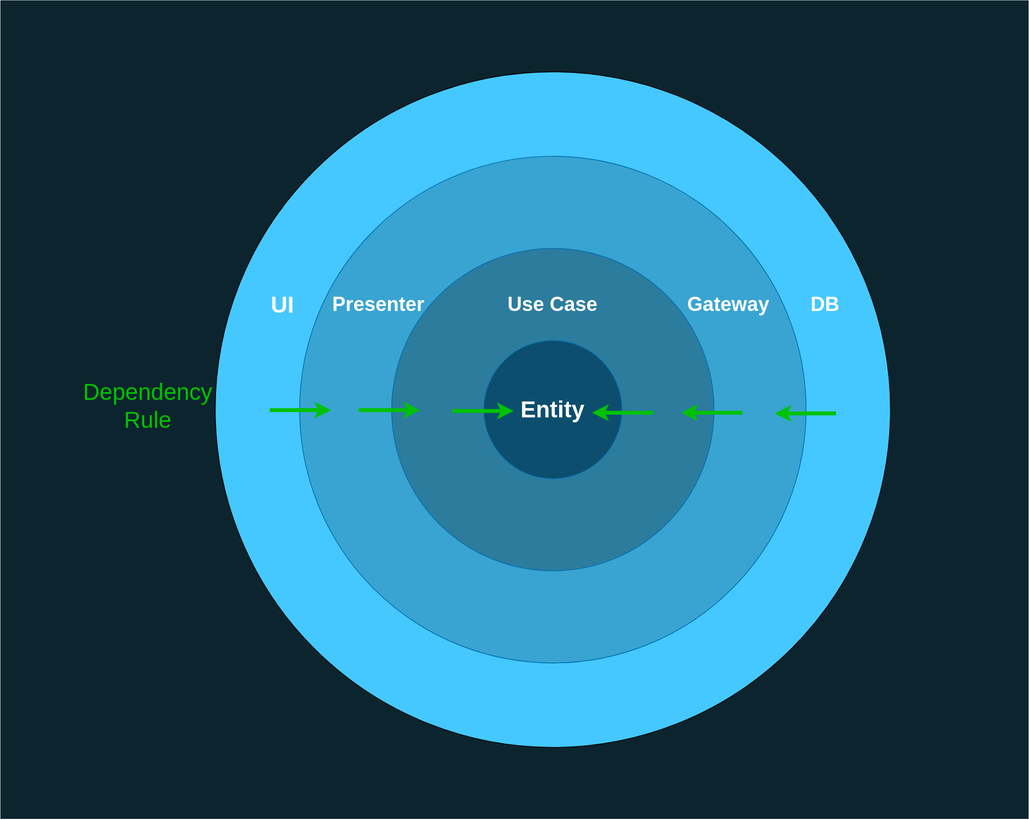
Before: diagrams/images/caDependencyRule.svg, a diagram exported from draw.io (AlexanderLapygin/dependency-inversion-slides). Source tidied: cells renumbered, new cells last; positions are measured from the earlier drawing's top-left corner, leaving out a move shared by most shapes. The source it was exported from:
```xml
<mxGraphModel background="#ffffff">
  <root>
    <mxCell id="0" />
    <mxCell id="1" parent="0" />
    <mxCell id="2" style="rounded=0;whiteSpace=wrap;html=1;fillColor=#0C242E;fontSize=30;fontColor=#FFFFFF;strokeColor=none;" parent="1" vertex="1">
      <mxGeometry y="-0.1" width="1340" height="1066.2" as="geometry" />
    </mxCell>
    <mxCell id="3" style="ellipse;whiteSpace=wrap;html=1;fillColor=#45C8FF;fontSize=30;labelPosition=center;verticalLabelPosition=top;align=center;verticalAlign=bottom;" parent="1" vertex="1">
      <mxGeometry x="280" y="93" width="880" height="880" as="geometry" />
    </mxCell>
    <mxCell id="4" style="ellipse;whiteSpace=wrap;html=1;fillColor=#39A4D1;fontSize=30;labelPosition=center;verticalLabelPosition=top;align=center;verticalAlign=bottom;fontStyle=0;strokeColor=#006EAF;fontColor=#ffffff;" parent="1" vertex="1">
      <mxGeometry x="390" y="203" width="660" height="660" as="geometry" />
    </mxCell>
    <mxCell id="5" style="ellipse;whiteSpace=wrap;html=1;fillColor=#2C7C9E;fontSize=30;labelPosition=center;verticalLabelPosition=top;align=center;verticalAlign=bottom;strokeColor=#006EAF;fontColor=#ffffff;" parent="1" vertex="1">
      <mxGeometry x="510" y="323" width="420" height="420" as="geometry" />
    </mxCell>
    <mxCell id="6" value="Entity" style="ellipse;whiteSpace=wrap;html=1;fillColor=#0D4E6E;fontSize=30;fontStyle=1;strokeColor=#006EAF;fontColor=#ffffff;" parent="1" vertex="1">
      <mxGeometry x="630" y="443" width="180" height="180" as="geometry" />
    </mxCell>
    <mxCell id="7" value="Use Case" style="text;html=1;strokeColor=none;fillColor=none;align=center;verticalAlign=middle;whiteSpace=wrap;rounded=0;fontSize=26;fontStyle=1;fontColor=#FFFFFF;" parent="1" vertex="1">
      <mxGeometry x="635" y="361" width="170" height="70" as="geometry" />
    </mxCell>
    <mxCell id="8" value="Presenter" style="text;html=1;strokeColor=none;fillColor=none;align=center;verticalAlign=middle;whiteSpace=wrap;rounded=0;fontSize=26;fontStyle=1;fontColor=#FFFFFF;" parent="1" vertex="1">
      <mxGeometry x="408" y="356" width="170" height="80" as="geometry" />
    </mxCell>
    <mxCell id="9" value="Gateway" style="text;html=1;strokeColor=none;fillColor=none;align=center;verticalAlign=middle;whiteSpace=wrap;rounded=0;fontSize=26;fontStyle=1;fontColor=#FFFFFF;" parent="1" vertex="1">
      <mxGeometry x="890" y="356" width="118" height="80" as="geometry" />
    </mxCell>
    <mxCell id="10" value="DB" style="text;html=1;strokeColor=none;fillColor=none;align=center;verticalAlign=middle;whiteSpace=wrap;rounded=0;fontSize=26;fontStyle=1;fontColor=#FFFFFF;" parent="1" vertex="1">
      <mxGeometry x="1020" y="371" width="110" height="50" as="geometry" />
    </mxCell>
    <mxCell id="11" value="UI" style="text;html=1;strokeColor=none;fillColor=none;align=center;verticalAlign=middle;whiteSpace=wrap;rounded=0;fontSize=30;fontStyle=1;fontColor=#FFFFFF;" parent="1" vertex="1">
      <mxGeometry x="328" y="356" width="80" height="80" as="geometry" />
    </mxCell>
    <mxCell id="12" style="endArrow=classic;html=1;fontSize=30;endFill=1;strokeWidth=5;strokeColor=#00C200;" parent="1" edge="1">
      <mxGeometry relative="1" as="geometry">
        <mxPoint x="851" y="537" as="sourcePoint" />
        <mxPoint x="771" y="537" as="targetPoint" />
      </mxGeometry>
    </mxCell>
    <mxCell id="13" style="endArrow=classic;html=1;fontSize=30;endFill=1;strokeWidth=5;strokeColor=#00C200;" parent="1" edge="1">
      <mxGeometry relative="1" as="geometry">
        <mxPoint x="967" y="537" as="sourcePoint" />
        <mxPoint x="887" y="537" as="targetPoint" />
      </mxGeometry>
    </mxCell>
    <mxCell id="14" style="endArrow=classic;html=1;fontSize=30;endFill=1;strokeWidth=5;strokeColor=#00C200;" parent="1" edge="1">
      <mxGeometry relative="1" as="geometry">
        <mxPoint x="1089" y="538" as="sourcePoint" />
        <mxPoint x="1009" y="538" as="targetPoint" />
      </mxGeometry>
    </mxCell>
    <mxCell id="15" value="Dependency Rule" style="text;html=1;strokeColor=none;fillColor=none;align=center;verticalAlign=middle;whiteSpace=wrap;rounded=0;fontSize=30;fontStyle=0;fontColor=#00C200;" parent="1" vertex="1">
      <mxGeometry x="106.5" y="488" width="171" height="80" as="geometry" />
    </mxCell>
    <mxCell id="16" style="endArrow=none;html=1;fontSize=30;endFill=0;strokeWidth=5;strokeColor=#00C200;startArrow=classic;startFill=0;" parent="1" edge="1">
      <mxGeometry relative="1" as="geometry">
        <mxPoint x="431" y="533.7" as="sourcePoint" />
        <mxPoint x="351" y="533.7" as="targetPoint" />
      </mxGeometry>
    </mxCell>
    <mxCell id="17" style="endArrow=none;html=1;fontSize=30;endFill=0;strokeWidth=5;strokeColor=#00C200;startArrow=classic;startFill=0;" parent="1" edge="1">
      <mxGeometry relative="1" as="geometry">
        <mxPoint x="547" y="533.7" as="sourcePoint" />
        <mxPoint x="467" y="533.7" as="targetPoint" />
      </mxGeometry>
    </mxCell>
    <mxCell id="18" style="endArrow=none;html=1;fontSize=30;endFill=0;strokeWidth=5;strokeColor=#00C200;startArrow=classic;startFill=0;" parent="1" edge="1">
      <mxGeometry relative="1" as="geometry">
        <mxPoint x="669" y="534.7" as="sourcePoint" />
        <mxPoint x="589" y="534.7" as="targetPoint" />
      </mxGeometry>
    </mxCell>
  </root>
</mxGraphModel>
```
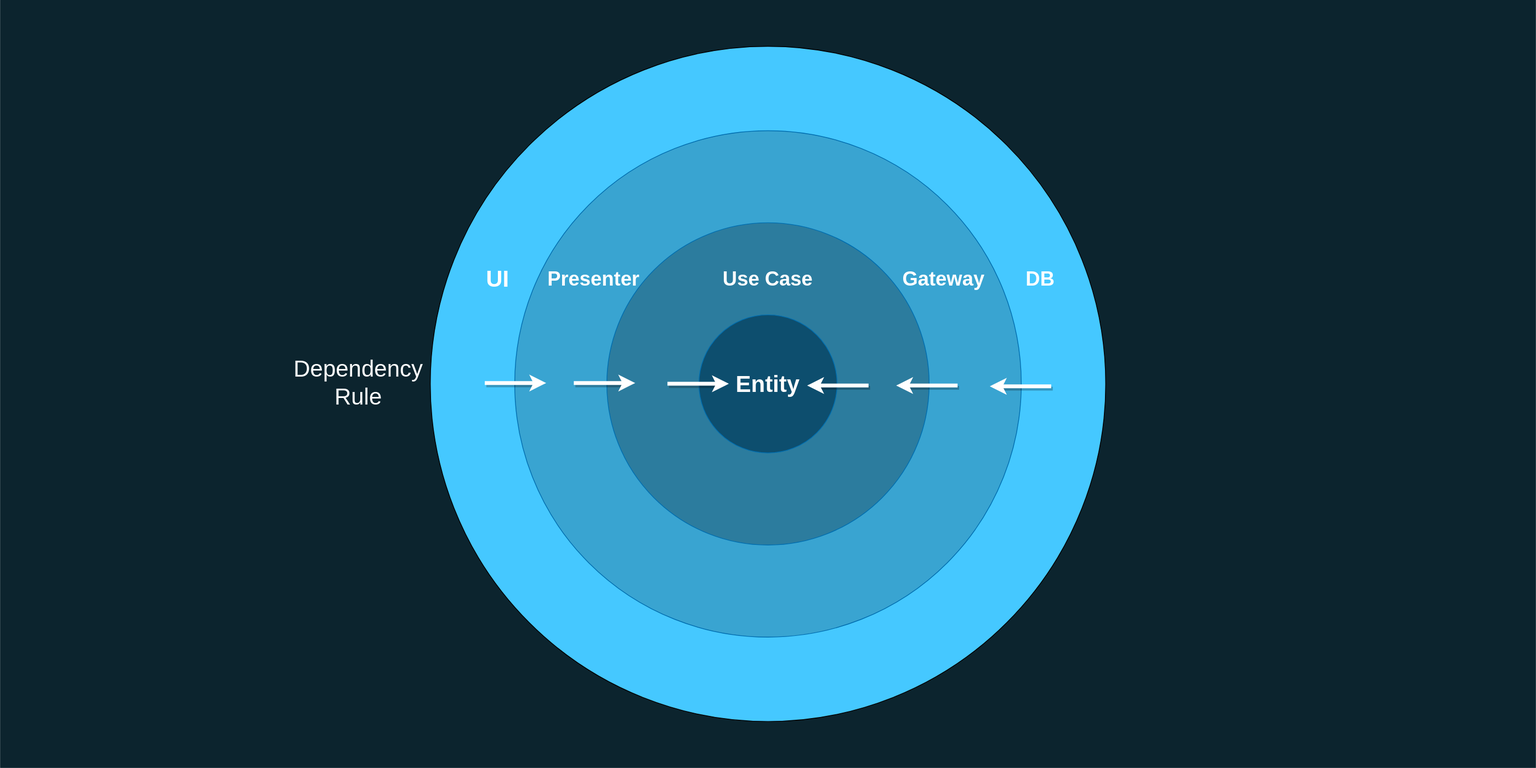
After the change.

What changed in the source:
```diff
@@ -2,8 +2,8 @@
   <root>
     <mxCell id="0" />
     <mxCell id="1" parent="0" />
-    <mxCell id="2" style="rounded=0;whiteSpace=wrap;html=1;fillColor=#0C242E;fontSize=30;fontColor=#FFFFFF;strokeColor=none;" parent="1" vertex="1">
-      <mxGeometry y="-0.1" width="1340" height="1066.2" as="geometry" />
+    <mxCell id="2" style="rounded=0;whiteSpace=wrap;html=1;fillColor=#0C242E;fontSize=30;fontColor=#FFFFFF;strokeColor=#0C242E;" parent="1" vertex="1">
+      <mxGeometry x="-280" y="33" width="2000" height="1000" as="geometry" />
     </mxCell>
     <mxCell id="3" style="ellipse;whiteSpace=wrap;html=1;fillColor=#45C8FF;fontSize=30;labelPosition=center;verticalLabelPosition=top;align=center;verticalAlign=bottom;" parent="1" vertex="1">
       <mxGeometry x="280" y="93" width="880" height="880" as="geometry" />
@@ -32,43 +32,43 @@
     <mxCell id="11" value="UI" style="text;html=1;strokeColor=none;fillColor=none;align=center;verticalAlign=middle;whiteSpace=wrap;rounded=0;fontSize=30;fontStyle=1;fontColor=#FFFFFF;" parent="1" vertex="1">
       <mxGeometry x="328" y="356" width="80" height="80" as="geometry" />
     </mxCell>
-    <mxCell id="12" style="endArrow=classic;html=1;fontSize=30;endFill=1;strokeWidth=5;strokeColor=#00C200;" parent="1" edge="1">
+    <mxCell id="12" style="endArrow=classic;html=1;fontSize=30;endFill=1;strokeWidth=5;strokeColor=#FFFFFF;shadow=1;" parent="1" edge="1">
       <mxGeometry relative="1" as="geometry">
-        <mxPoint x="851" y="537" as="sourcePoint" />
-        <mxPoint x="771" y="537" as="targetPoint" />
+        <mxPoint x="851" y="535.1" as="sourcePoint" />
+        <mxPoint x="771" y="535.1" as="targetPoint" />
       </mxGeometry>
     </mxCell>
-    <mxCell id="13" style="endArrow=classic;html=1;fontSize=30;endFill=1;strokeWidth=5;strokeColor=#00C200;" parent="1" edge="1">
+    <mxCell id="13" style="endArrow=classic;html=1;fontSize=30;endFill=1;strokeWidth=5;strokeColor=#FFFFFF;shadow=1;" parent="1" edge="1">
       <mxGeometry relative="1" as="geometry">
-        <mxPoint x="967" y="537" as="sourcePoint" />
-        <mxPoint x="887" y="537" as="targetPoint" />
+        <mxPoint x="967" y="535.1" as="sourcePoint" />
+        <mxPoint x="887" y="535.1" as="targetPoint" />
       </mxGeometry>
     </mxCell>
-    <mxCell id="14" style="endArrow=classic;html=1;fontSize=30;endFill=1;strokeWidth=5;strokeColor=#00C200;" parent="1" edge="1">
+    <mxCell id="14" style="endArrow=classic;html=1;fontSize=30;endFill=1;strokeWidth=5;strokeColor=#FFFFFF;shadow=1;" parent="1" edge="1">
       <mxGeometry relative="1" as="geometry">
-        <mxPoint x="1089" y="538" as="sourcePoint" />
-        <mxPoint x="1009" y="538" as="targetPoint" />
+        <mxPoint x="1089" y="536.1" as="sourcePoint" />
+        <mxPoint x="1009" y="536.1" as="targetPoint" />
       </mxGeometry>
     </mxCell>
-    <mxCell id="15" value="Dependency Rule" style="text;html=1;strokeColor=none;fillColor=none;align=center;verticalAlign=middle;whiteSpace=wrap;rounded=0;fontSize=30;fontStyle=0;fontColor=#00C200;" parent="1" vertex="1">
-      <mxGeometry x="106.5" y="488" width="171" height="80" as="geometry" />
+    <mxCell id="15" value="Dependency Rule" style="text;html=1;strokeColor=none;fillColor=none;align=center;verticalAlign=middle;whiteSpace=wrap;rounded=0;fontSize=30;fontStyle=0;fontColor=#FFFFFF;" parent="1" vertex="1">
+      <mxGeometry x="101" y="491" width="171" height="80" as="geometry" />
     </mxCell>
-    <mxCell id="16" style="endArrow=none;html=1;fontSize=30;endFill=0;strokeWidth=5;strokeColor=#00C200;startArrow=classic;startFill=0;" parent="1" edge="1">
+    <mxCell id="16" style="endArrow=none;html=1;fontSize=30;endFill=0;strokeWidth=5;strokeColor=#FFFFFF;startArrow=classic;startFill=0;shadow=1;" parent="1" edge="1">
       <mxGeometry relative="1" as="geometry">
-        <mxPoint x="431" y="533.7" as="sourcePoint" />
-        <mxPoint x="351" y="533.7" as="targetPoint" />
+        <mxPoint x="431" y="531.8" as="sourcePoint" />
+        <mxPoint x="351" y="531.8" as="targetPoint" />
       </mxGeometry>
     </mxCell>
-    <mxCell id="17" style="endArrow=none;html=1;fontSize=30;endFill=0;strokeWidth=5;strokeColor=#00C200;startArrow=classic;startFill=0;" parent="1" edge="1">
+    <mxCell id="17" style="endArrow=none;html=1;fontSize=30;endFill=0;strokeWidth=5;strokeColor=#FFFFFF;startArrow=classic;startFill=0;shadow=1;" parent="1" edge="1">
       <mxGeometry relative="1" as="geometry">
-        <mxPoint x="547" y="533.7" as="sourcePoint" />
-        <mxPoint x="467" y="533.7" as="targetPoint" />
+        <mxPoint x="547" y="531.8" as="sourcePoint" />
+        <mxPoint x="467" y="531.8" as="targetPoint" />
       </mxGeometry>
     </mxCell>
-    <mxCell id="18" style="endArrow=none;html=1;fontSize=30;endFill=0;strokeWidth=5;strokeColor=#00C200;startArrow=classic;startFill=0;" parent="1" edge="1">
+    <mxCell id="18" style="endArrow=none;html=1;fontSize=30;endFill=0;strokeWidth=5;strokeColor=#FFFFFF;startArrow=classic;startFill=0;shadow=1;" parent="1" edge="1">
       <mxGeometry relative="1" as="geometry">
-        <mxPoint x="669" y="534.7" as="sourcePoint" />
-        <mxPoint x="589" y="534.7" as="targetPoint" />
+        <mxPoint x="669" y="532.8" as="sourcePoint" />
+        <mxPoint x="589" y="532.8" as="targetPoint" />
       </mxGeometry>
     </mxCell>
   </root>
```
